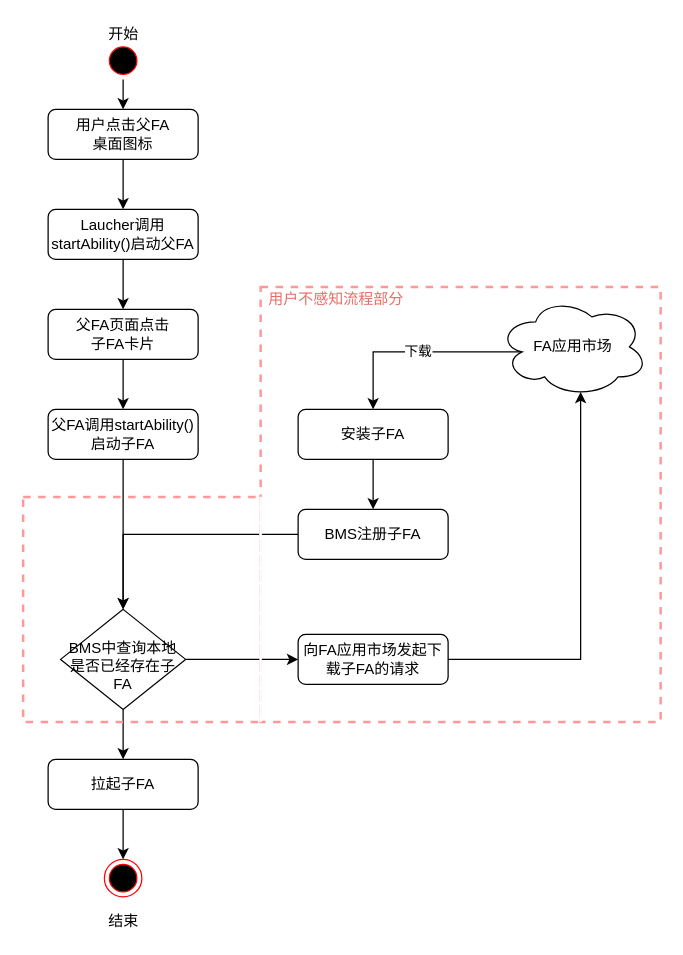
Before: draw/FA拉起FA的流程.drawio in befairyliu/draw.io, a draw.io diagram. Source tidied: cells renumbered, new cells numbered last; positions are measured from the earlier drawing's top-left corner, leaving out a move shared by most shapes. Both pictures are drawn from the tidied source at 125%, with x=0, y=0 at pixel (22, 21).
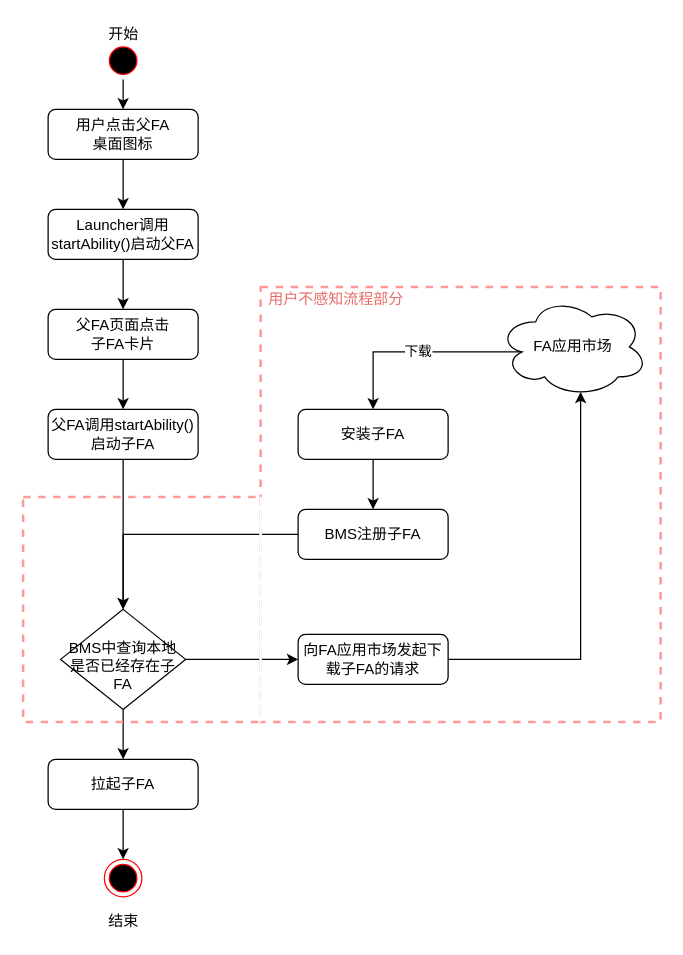
The same page after the edit.

Commit message:
Update FA拉起FA的流程.drawio

The edit, as a diff of the source:
```diff
@@
-    <mxCell id="25" value="Laucher调用startAbility()启动父FA" style="rounded=1;whiteSpace=wrap;html=1;fontSize=12;glass=0;strokeWidth=1;shadow=0;" parent="1" vertex="1">
+    <mxCell id="25" value="Launcher调用startAbility()启动父FA" style="rounded=1;whiteSpace=wrap;html=1;fontSize=12;glass=0;strokeWidth=1;shadow=0;" parent="1" vertex="1">
       <mxGeometry x="20" y="150" width="120" height="40" as="geometry" />
     </mxCell>
```
